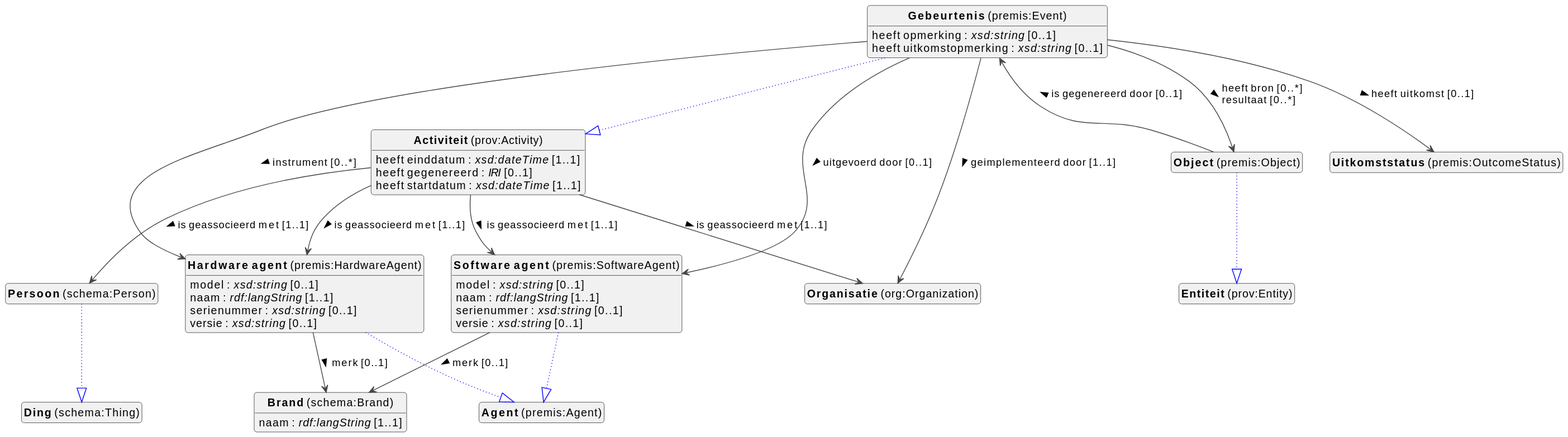
The PlantUML diagram docs/metadata/knowledge-graph/1.0.0/events/nl/events-diagram.svg in viaacode/documentation, before a commit. Source of this version:
```plantuml
@startuml
!theme vibrant
skinparam classFontSize 14
!define LIGHTORANGE
skinparam componentStyle uml2
skinparam wrapMessageWidth 1000
skinparam wrapWidth 1000
skinparam shadowing false
skinparam ArrowMessageAlignment left
top to bottom direction


class "<b>Brand</b> (schema:Brand)" as schema_Brand [[#schema%3ABrand]]
class "<b>Activiteit</b> (prov:Activity)" as prov_Activity [[#prov%3AActivity]]
class "<b>Gebeurtenis</b> (premis:Event)" as premis_Event [[#premis%3AEvent]]
class "<b>Activiteit</b> (prov:Activity)" as prov_Activity [[#prov%3AActivity]]
class "<b>Hardware agent</b> (premis:HardwareAgent)" as premis_HardwareAgent [[#premis%3AHardwareAgent]]
class "<b>Agent</b> (premis:Agent)" as premis_Agent [[#premis%3AAgent]]
class "<b>Object</b> (premis:Object)" as premis_Object [[#premis%3AObject]]
class "<b>Entiteit</b> (prov:Entity)" as prov_Entity [[#prov%3AEntity]]
class "<b>Organisatie</b> (org:Organization)" as org_Organization [[../../organizations/nl#org%3AOrganization]]
class "<b>Persoon</b> (schema:Person)" as schema_Person [[../../organizations/nl#schema%3APerson]]
class "<b>Ding</b> (schema:Thing)" as schema_Thing [[#schema%3AThing]]
class "<b>Software agent</b> (premis:SoftwareAgent)" as premis_SoftwareAgent [[#premis%3ASoftwareAgent]]
class "<b>Agent</b> (premis:Agent)" as premis_Agent [[#premis%3AAgent]]
class "<b>Uitkomststatus</b> (premis:OutcomeStatus)" as premis_OutcomeStatus [[#premis%3AOutcomeStatus]]


schema_Brand : naam : <i>rdf:langString</i> [1..1]



prov_Activity : heeft einddatum : <i>xsd:dateTime</i> [1..1]
prov_Activity : heeft gegenereerd : <i>IRI</i> [0..1]
prov_Activity : heeft startdatum : <i>xsd:dateTime</i> [1..1]

prov_Activity --> org_Organization :is geassocieerd met [1..1]  >
prov_Activity --> premis_HardwareAgent :is geassocieerd met [1..1]  >
prov_Activity --> premis_SoftwareAgent :is geassocieerd met [1..1]  >
prov_Activity --> schema_Person :is geassocieerd met [1..1]  >


premis_Event --|> prov_Activity #blue;line.dotted;text:blue

premis_Event : heeft opmerking : <i>xsd:string</i> [0..1]
premis_Event : heeft uitkomstopmerking : <i>xsd:string</i> [0..1]
premis_Event --> org_Organization :geimplementeerd door [1..1]  >
premis_Event --> premis_HardwareAgent :instrument [0..*]  >
premis_Event --> premis_Object :heeft bron [0..*]  \lresultaat [0..*]  >
premis_Event --> premis_OutcomeStatus :heeft uitkomst [0..1]  >
premis_Event --> premis_SoftwareAgent :uitgevoerd door [0..1]  >


premis_HardwareAgent --|> premis_Agent #blue;line.dotted;text:blue

premis_HardwareAgent : model : <i>xsd:string</i> [0..1]
premis_HardwareAgent : naam : <i>rdf:langString</i> [1..1]
premis_HardwareAgent : serienummer : <i>xsd:string</i> [0..1]
premis_HardwareAgent : versie : <i>xsd:string</i> [0..1]

premis_HardwareAgent --> schema_Brand :merk [0..1]  >


premis_Object --|> prov_Entity #blue;line.dotted;text:blue

premis_Object --> premis_Event :is gegenereerd door [0..1]  >



schema_Person --|> schema_Thing #blue;line.dotted;text:blue


premis_SoftwareAgent --|> premis_Agent #blue;line.dotted;text:blue

premis_SoftwareAgent : model : <i>xsd:string</i> [0..1]
premis_SoftwareAgent : naam : <i>rdf:langString</i> [1..1]
premis_SoftwareAgent : serienummer : <i>xsd:string</i> [0..1]
premis_SoftwareAgent : versie : <i>xsd:string</i> [0..1]

premis_SoftwareAgent --> schema_Brand :merk [0..1]  >





hide circle
hide methods
hide empty members
@enduml
```
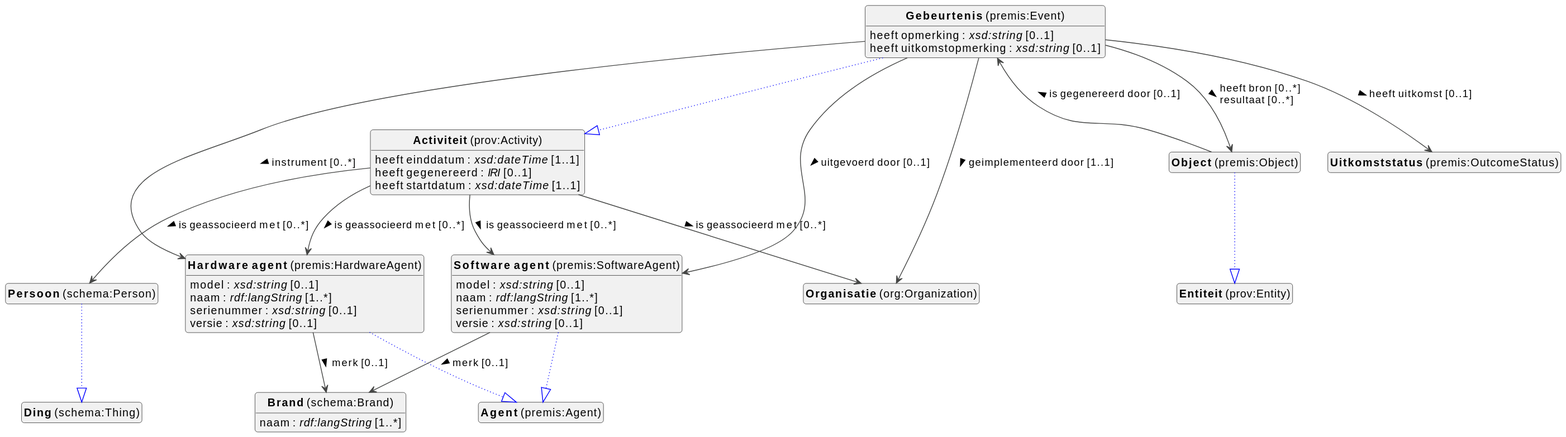
Later version of the same file.

The edit, as a diff of the source:
```diff
@@ -26,7 +26,7 @@
 class "<b>Uitkomststatus</b> (premis:OutcomeStatus)" as premis_OutcomeStatus [[#premis%3AOutcomeStatus]]
 
 
-schema_Brand : naam : <i>rdf:langString</i> [1..1]
+schema_Brand : naam : <i>rdf:langString</i> [1..*]
 
 
 
@@ -34,10 +34,10 @@
 prov_Activity : heeft gegenereerd : <i>IRI</i> [0..1]
 prov_Activity : heeft startdatum : <i>xsd:dateTime</i> [1..1]
 
-prov_Activity --> org_Organization :is geassocieerd met [1..1]  >
-prov_Activity --> premis_HardwareAgent :is geassocieerd met [1..1]  >
-prov_Activity --> premis_SoftwareAgent :is geassocieerd met [1..1]  >
-prov_Activity --> schema_Person :is geassocieerd met [1..1]  >
+prov_Activity --> org_Organization :is geassocieerd met [0..*]  >
+prov_Activity --> premis_HardwareAgent :is geassocieerd met [0..*]  >
+prov_Activity --> premis_SoftwareAgent :is geassocieerd met [0..*]  >
+prov_Activity --> schema_Person :is geassocieerd met [0..*]  >
 
 
 premis_Event --|> prov_Activity #blue;line.dotted;text:blue
@@ -54,7 +54,7 @@
 premis_HardwareAgent --|> premis_Agent #blue;line.dotted;text:blue
 
 premis_HardwareAgent : model : <i>xsd:string</i> [0..1]
-premis_HardwareAgent : naam : <i>rdf:langString</i> [1..1]
+premis_HardwareAgent : naam : <i>rdf:langString</i> [1..*]
 premis_HardwareAgent : serienummer : <i>xsd:string</i> [0..1]
 premis_HardwareAgent : versie : <i>xsd:string</i> [0..1]
 
@@ -73,7 +73,7 @@
 premis_SoftwareAgent --|> premis_Agent #blue;line.dotted;text:blue
 
 premis_SoftwareAgent : model : <i>xsd:string</i> [0..1]
-premis_SoftwareAgent : naam : <i>rdf:langString</i> [1..1]
+premis_SoftwareAgent : naam : <i>rdf:langString</i> [1..*]
 premis_SoftwareAgent : serienummer : <i>xsd:string</i> [0..1]
 premis_SoftwareAgent : versie : <i>xsd:string</i> [0..1]
 
```
